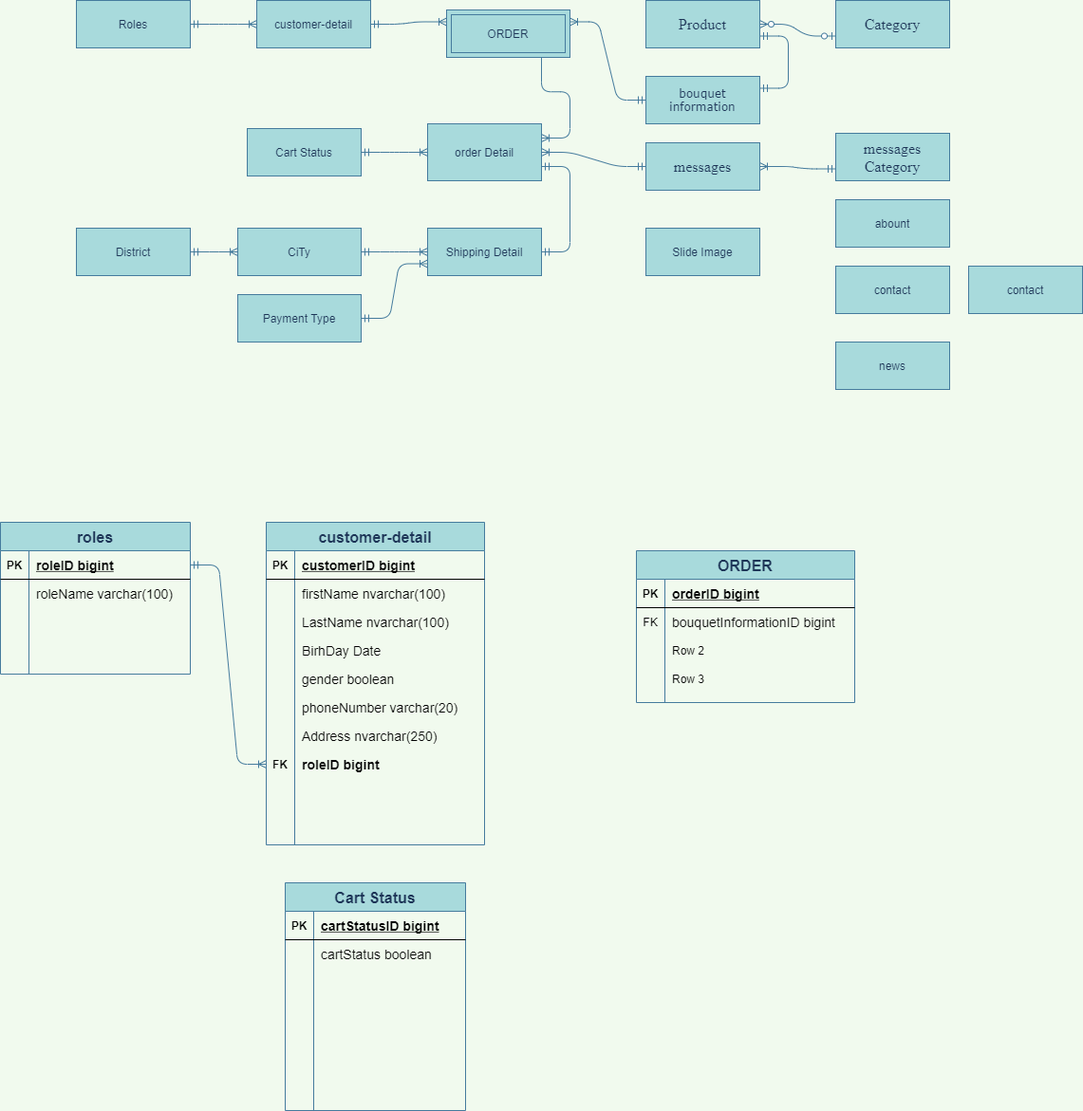
Earlier version of the draw.io export Untitled Diagram.png (maialino123/Eproject-SEM3). Source tidied: cells renumbered, new cells last; positions are measured from the earlier drawing's top-left corner, leaving out a move shared by most shapes.
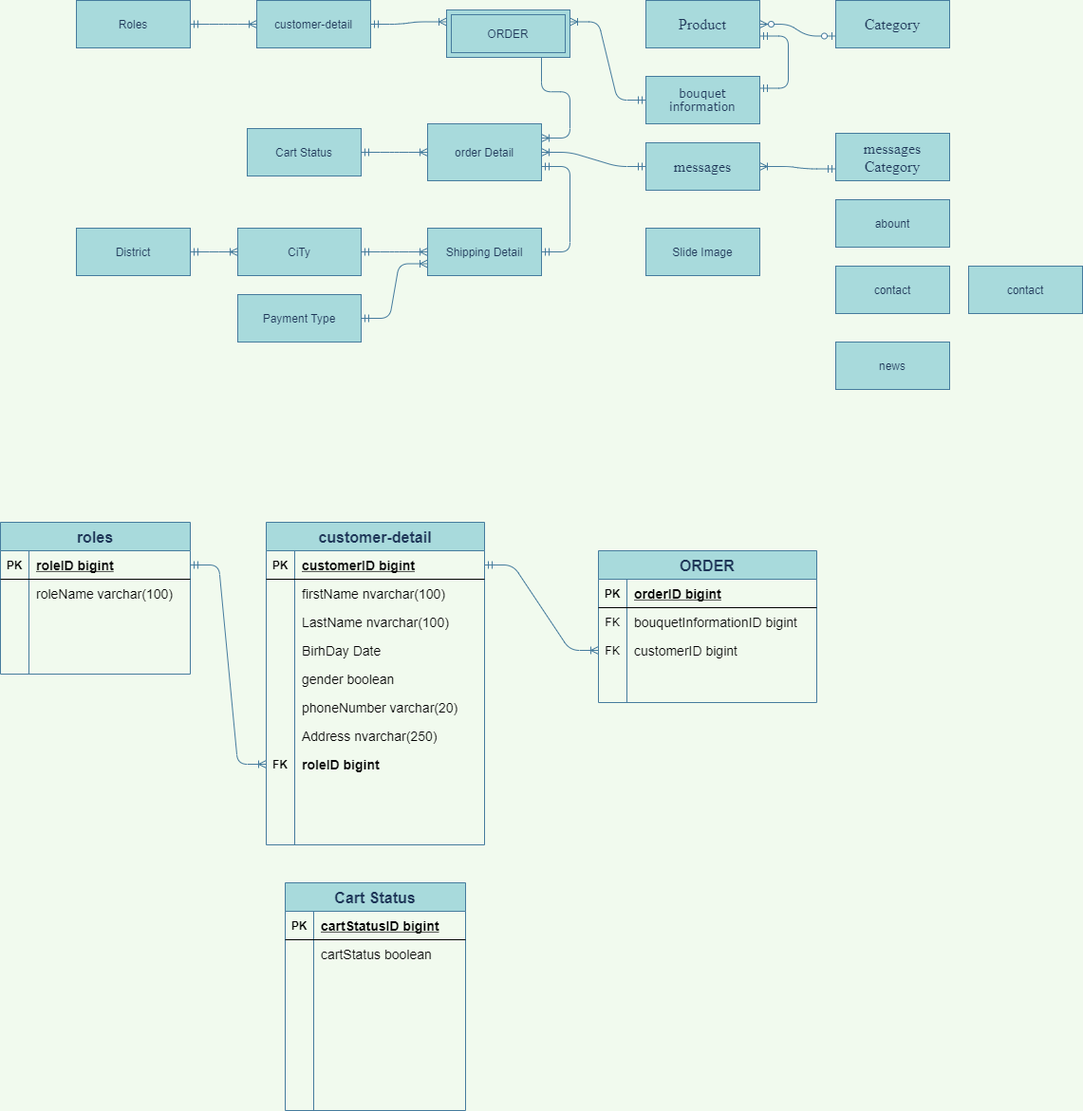
After the change.

What changed in the source:
```diff
@@ -282,7 +282,7 @@
       <mxGeometry relative="1" as="geometry" />
     </mxCell>
     <mxCell id="95" value="ORDER" style="shape=table;startSize=30;rowLines=0;fontStyle=1;align=center;rounded=0;sketch=0;fontSize=16;fontColor=#1D3557;strokeColor=#457B9D;fillColor=#A8DADC;" parent="1" vertex="1">
-      <mxGeometry x="670" y="580" width="230" height="160" as="geometry" />
+      <mxGeometry x="630" y="580" width="230" height="160" as="geometry" />
     </mxCell>
     <mxCell id="96" style="shape=partialRectangle;fillColor=none;top=0;left=0;bottom=1;right=0;" parent="95" vertex="1">
       <mxGeometry y="30" width="230" height="30" as="geometry" />
@@ -305,10 +305,10 @@
     <mxCell id="102" style="shape=partialRectangle;fillColor=none;top=0;left=0;bottom=0;right=0;points=[[0,0.5],[1,0.5]];portConstraint=eastwest;" parent="95" vertex="1">
       <mxGeometry y="90" width="230" height="30" as="geometry" />
     </mxCell>
-    <mxCell id="103" style="shape=partialRectangle;fillColor=none;top=0;left=0;bottom=0;right=0;overflow=hidden;" parent="102" vertex="1">
+    <mxCell id="103" value="FK" style="shape=partialRectangle;fillColor=none;top=0;left=0;bottom=0;right=0;overflow=hidden;" parent="102" vertex="1">
       <mxGeometry width="30" height="30" as="geometry" />
     </mxCell>
-    <mxCell id="104" value="Row 2" style="shape=partialRectangle;fillColor=none;top=0;left=0;bottom=0;right=0;align=left;spacingLeft=6;overflow=hidden;" parent="102" vertex="1">
+    <mxCell id="104" value="customerID bigint" style="shape=partialRectangle;fillColor=none;top=0;left=0;bottom=0;right=0;align=left;spacingLeft=6;overflow=hidden;fontSize=14;" parent="102" vertex="1">
       <mxGeometry x="30" width="200" height="30" as="geometry" />
     </mxCell>
     <mxCell id="105" style="shape=partialRectangle;fillColor=none;top=0;left=0;bottom=0;right=0;" parent="95" vertex="1">
@@ -317,8 +317,11 @@
     <mxCell id="106" style="shape=partialRectangle;fillColor=none;top=0;left=0;bottom=0;right=0;overflow=hidden;" parent="105" vertex="1">
       <mxGeometry width="30" height="30" as="geometry" />
     </mxCell>
-    <mxCell id="107" value="Row 3" style="shape=partialRectangle;fillColor=none;top=0;left=0;bottom=0;right=0;align=left;spacingLeft=6;overflow=hidden;" parent="105" vertex="1">
+    <mxCell id="107" style="shape=partialRectangle;fillColor=none;top=0;left=0;bottom=0;right=0;align=left;spacingLeft=6;overflow=hidden;" parent="105" vertex="1">
       <mxGeometry x="30" width="200" height="30" as="geometry" />
     </mxCell>
+    <mxCell id="108" style="edgeStyle=entityRelationEdgeStyle;fontSize=12;html=1;endArrow=ERoneToMany;startArrow=ERmandOne;fontColor=#1D3557;strokeColor=#457B9D;fillColor=#A8DADC;labelBackgroundColor=#F1FAEE;exitX=1;exitY=0.5;exitDx=0;exitDy=0;entryX=0;entryY=0.5;entryDx=0;entryDy=0;" parent="1" edge="1" source="48" target="102">
+      <mxGeometry relative="1" as="geometry" />
+    </mxCell>
   </root>
 </mxGraphModel>
```
